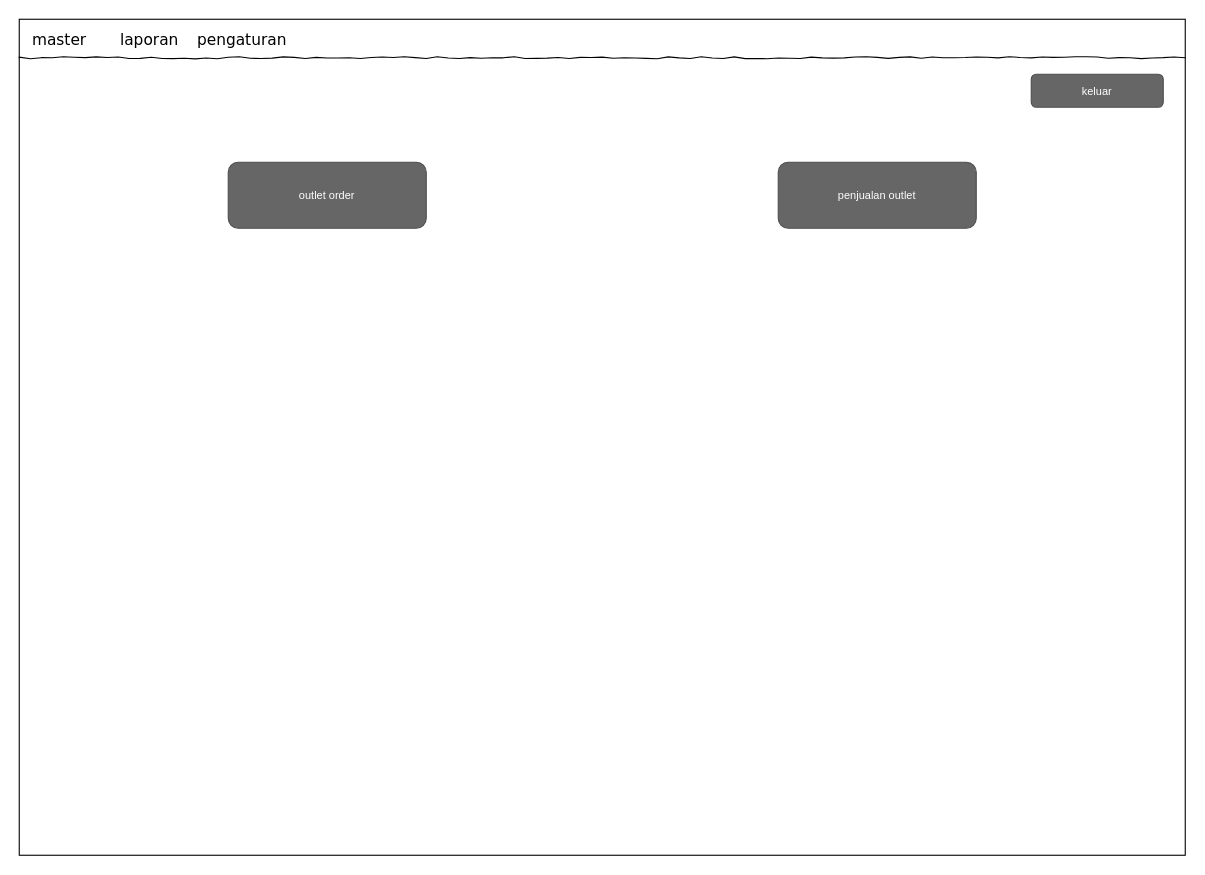
Above: diagram/rancangan_layar/Dashboard.drawio in mqnoy/kakapeh (draw.io), before the change. Source tidied: cells renumbered, new cells numbered last; positions are measured from the earlier drawing's top-left corner, leaving out a move shared by most shapes. Both pictures are drawn from the tidied source at 110%, with x=0, y=0 at pixel (19, 19).
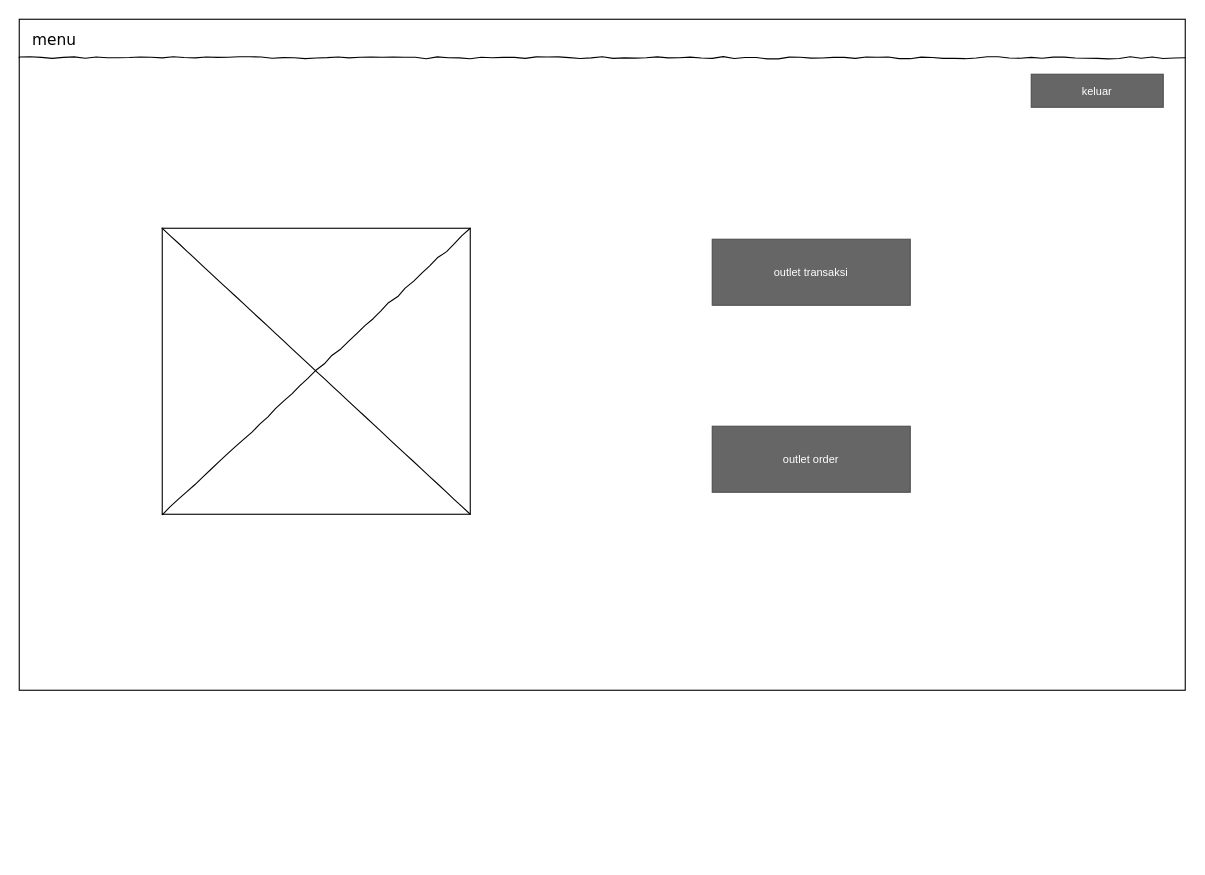
The same page after the edit.

Diff of the diagram source:
```diff
@@
 <mxGraphModel background="#ffffff">
   <root>
     <mxCell id="0" />
     <mxCell id="1" parent="0" />
     <mxCell id="2" style="whiteSpace=wrap;html=1;rounded=0;shadow=0;labelBackgroundColor=none;strokeColor=#000000;strokeWidth=1;fillColor=none;fontFamily=Verdana;fontSize=12;fontColor=#000000;align=center;comic=0;" parent="1" vertex="1">
-      <mxGeometry width="1060" height="760" as="geometry" />
+      <mxGeometry width="1060" height="610" as="geometry" />
     </mxCell>
-    <mxCell id="3" value="master" style="text;html=1;align=left;verticalAlign=top;spacingTop=-4;fontSize=14;fontFamily=Verdana;" parent="1" vertex="1">
+    <mxCell id="3" value="menu" style="text;html=1;align=left;verticalAlign=top;spacingTop=-4;fontSize=14;fontFamily=Verdana;" parent="1" vertex="1">
       <mxGeometry x="10" y="8" width="60" height="20" as="geometry" />
     </mxCell>
-    <mxCell id="4" value="laporan" style="text;html=1;align=left;verticalAlign=top;spacingTop=-4;fontSize=14;fontFamily=Verdana;" parent="1" vertex="1">
-      <mxGeometry x="90" y="8" width="60" height="20" as="geometry" />
-    </mxCell>
-    <mxCell id="5" value="pengaturan" style="text;html=1;align=left;verticalAlign=top;spacingTop=-4;fontSize=14;fontFamily=Verdana;" parent="1" vertex="1">
-      <mxGeometry x="160" y="8" width="80" height="20" as="geometry" />
-    </mxCell>
     <mxCell id="6" style="line;strokeWidth=1;html=1;rounded=0;shadow=0;labelBackgroundColor=none;fillColor=none;fontFamily=Verdana;fontSize=14;fontColor=#000000;align=center;comic=1;" parent="1" vertex="1">
       <mxGeometry y="30" width="1060" height="10" as="geometry" />
     </mxCell>
-    <mxCell id="7" value="outlet order" style="rounded=1;html=1;shadow=0;dashed=0;whiteSpace=wrap;fontSize=10;fillColor=#666666;align=center;strokeColor=#4D4D4D;fontColor=#ffffff;comic=0;" parent="1" vertex="1">
-      <mxGeometry x="190" y="130" width="180" height="60" as="geometry" />
+    <mxCell id="7" value="outlet order" style="rounded=0;html=1;shadow=0;dashed=0;whiteSpace=wrap;fontSize=10;fillColor=#666666;align=center;strokeColor=#4D4D4D;fontColor=#ffffff;comic=0;" parent="1" vertex="1">
+      <mxGeometry x="630" y="370" width="180" height="60" as="geometry" />
     </mxCell>
-    <mxCell id="8" value="penjualan outlet" style="rounded=1;html=1;shadow=0;dashed=0;whiteSpace=wrap;fontSize=10;fillColor=#666666;align=center;strokeColor=#4D4D4D;fontColor=#ffffff;comic=0;" parent="1" vertex="1">
-      <mxGeometry x="690" y="130" width="180" height="60" as="geometry" />
+    <mxCell id="8" value="outlet transaksi" style="rounded=0;html=1;shadow=0;dashed=0;whiteSpace=wrap;fontSize=10;fillColor=#666666;align=center;strokeColor=#4D4D4D;fontColor=#ffffff;comic=0;" parent="1" vertex="1">
+      <mxGeometry x="630" y="200" width="180" height="60" as="geometry" />
     </mxCell>
-    <mxCell id="9" value="keluar" style="rounded=1;html=1;shadow=0;dashed=0;whiteSpace=wrap;fontSize=10;fillColor=#666666;align=center;strokeColor=#4D4D4D;fontColor=#ffffff;comic=0;" parent="1" vertex="1">
+    <mxCell id="9" value="keluar" style="rounded=0;html=1;shadow=0;dashed=0;whiteSpace=wrap;fontSize=10;fillColor=#666666;align=center;strokeColor=#4D4D4D;fontColor=#ffffff;comic=0;" parent="1" vertex="1">
       <mxGeometry x="920" y="50" width="120" height="30" as="geometry" />
     </mxCell>
+    <mxCell id="10" style="verticalLabelPosition=bottom;shadow=0;dashed=0;align=center;html=1;verticalAlign=top;strokeWidth=1;shape=mxgraph.mockup.graphics.simpleIcon;strokeColor=#000000;rounded=0;labelBackgroundColor=none;fontFamily=Verdana;fontSize=14;fontColor=#000000;comic=1;" parent="1" vertex="1">
+      <mxGeometry x="130" y="190" width="280" height="260" as="geometry" />
+    </mxCell>
   </root>
 </mxGraphModel>
```
